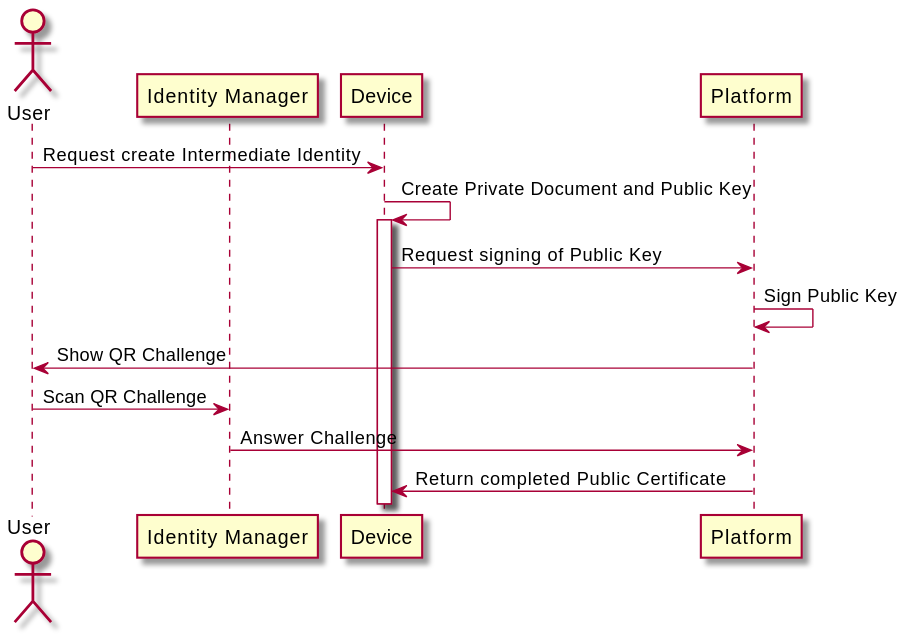
Gisleburt/open-metaverse-id keeps this PlantUML diagram as sequence_diagrams/examples/5.create-intermediate-identity.svg. Above is the earlier version. Its diagram source:
```plantuml
@startuml

actor "User" as user
participant "Identity Manager" as im
participant Device as dev
participant Platform as plat


user -> dev: Request create Intermediate Identity
dev -> dev ++: Create Private Document and Public Key
dev -> plat: Request signing of Public Key
plat -> plat: Sign Public Key
plat -> user: Show QR Challenge
user -> im: Scan QR Challenge
im -> plat: Answer Challenge
plat -> dev --: Return completed Public Certificate

@enduml
```
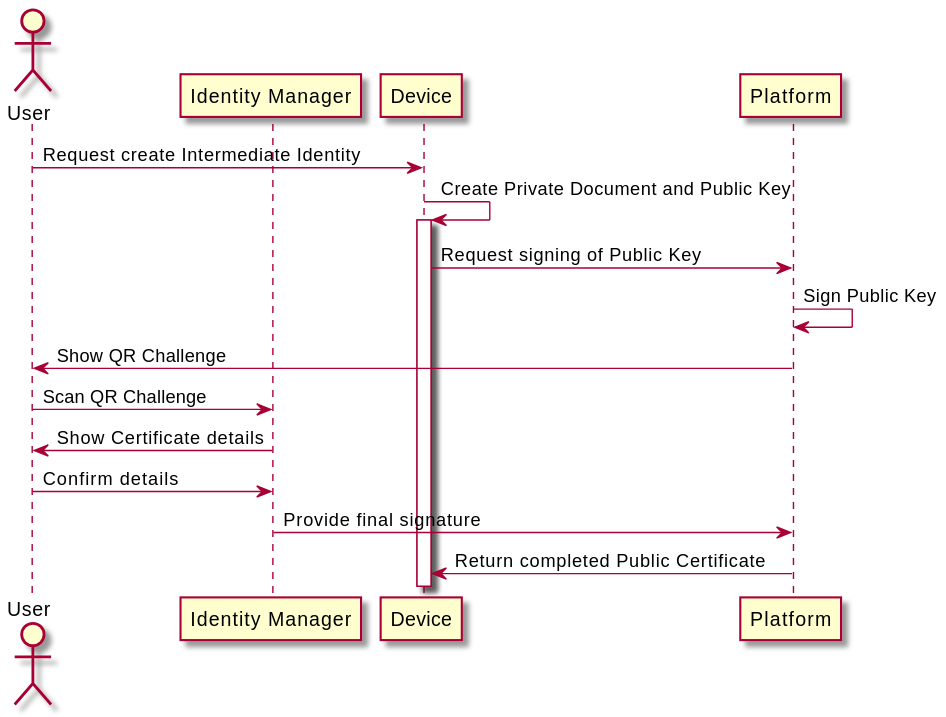
Above is the later version.

Commit message:
add authenticate with service via platform sequence diagram

The edit, as a diff of the source:
```diff
@@ -12,7 +12,9 @@
 plat -> plat: Sign Public Key
 plat -> user: Show QR Challenge
 user -> im: Scan QR Challenge
-im -> plat: Answer Challenge
+im -> user: Show Certificate details
+user -> im: Confirm details
+im -> plat: Provide final signature
 plat -> dev --: Return completed Public Certificate
 
 @enduml
```
